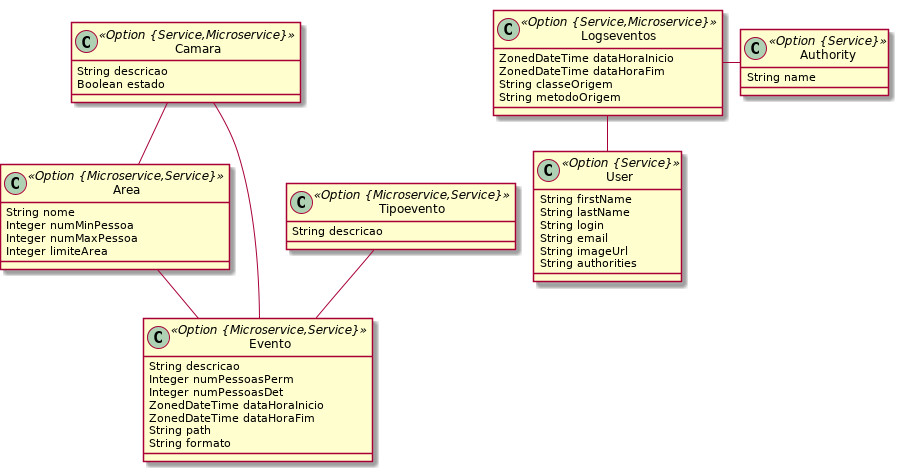
NunoVelosoMIEGSI/prisontech keeps this PlantUML diagram as base_dados/bd.png. Above is the earlier version.
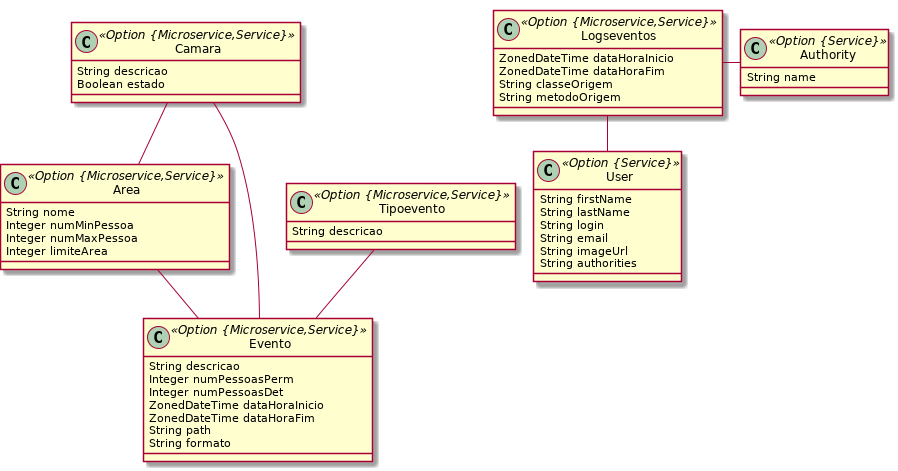
After the change.

What changed in the source:
```diff
@@ -7,7 +7,7 @@
 		Integer numMaxPessoa
 		Integer limiteArea
 	}
-	class Camara <<Option {Service,Microservice}>> {
+	class Camara <<Option {Microservice,Service}>> {
 		String descricao
 		Boolean estado
 	}
@@ -23,7 +23,7 @@
 		String path
 		String formato
 	}
-	class Logseventos <<Option {Service,Microservice}>> {
+	class Logseventos <<Option {Microservice,Service}>> {
 		ZonedDateTime dataHoraInicio
 		ZonedDateTime dataHoraFim
 		String classeOrigem
```
